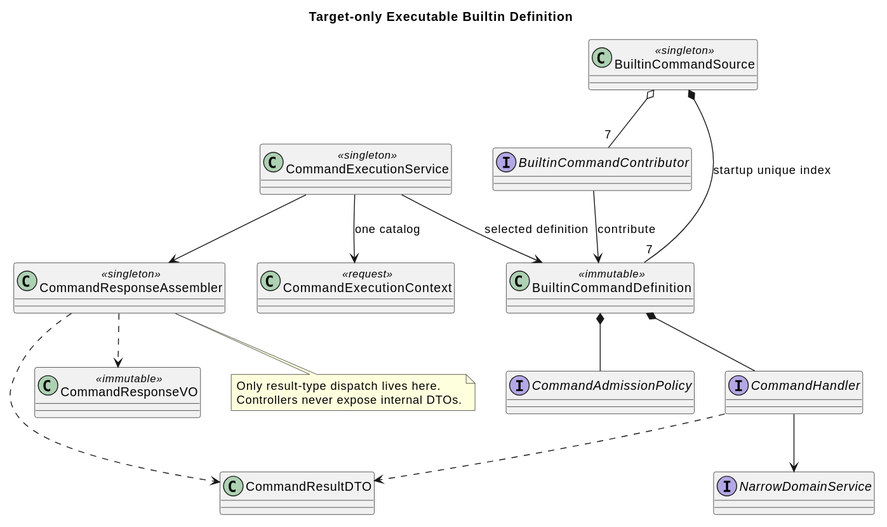
Above: 04-命令与技能/01-内置命令/设计图/target_command_core_classes.svg in ssm0808/pi-mono-java-design (PlantUML), before the change.
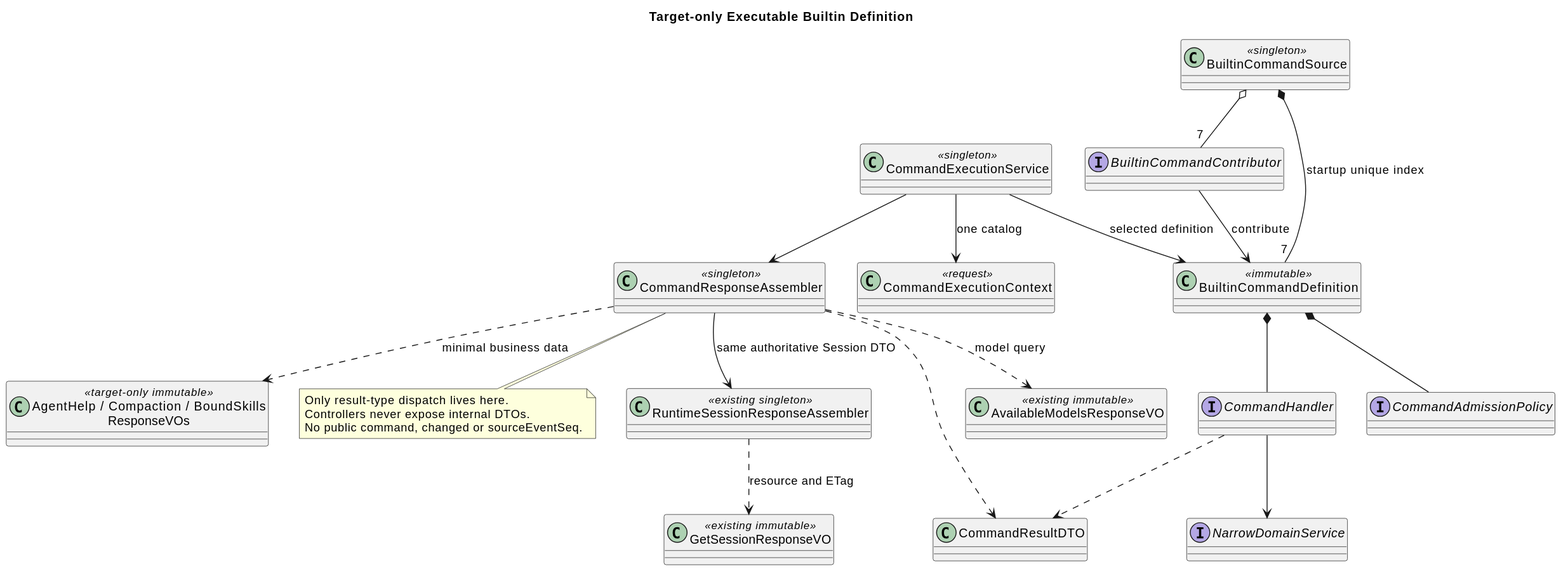
Later version of the same file.

The edit, as a diff of the source:
```diff
@@ -10,7 +10,10 @@
 class CommandExecutionService <<singleton>>
 class CommandResponseAssembler <<singleton>>
 class CommandResultDTO
-class CommandResponseVO <<immutable>>
+class RuntimeSessionResponseAssembler <<existing singleton>>
+class GetSessionResponseVO <<existing immutable>>
+class AvailableModelsResponseVO <<existing immutable>>
+class "AgentHelp / Compaction / BoundSkills\nResponseVOs" as BusinessVOs <<target-only immutable>>
 interface NarrowDomainService
 BuiltinCommandSource o-- "7" BuiltinCommandContributor
 BuiltinCommandContributor --> BuiltinCommandDefinition : contribute
@@ -23,9 +26,13 @@
 CommandHandler ..> CommandResultDTO
 CommandExecutionService --> CommandResponseAssembler
 CommandResponseAssembler ..> CommandResultDTO
-CommandResponseAssembler ..> CommandResponseVO
+CommandResponseAssembler --> RuntimeSessionResponseAssembler : same authoritative Session DTO
+RuntimeSessionResponseAssembler ..> GetSessionResponseVO : resource and ETag
+CommandResponseAssembler ..> AvailableModelsResponseVO : model query
+CommandResponseAssembler ..> BusinessVOs : minimal business data
 note bottom of CommandResponseAssembler
 Only result-type dispatch lives here.
 Controllers never expose internal DTOs.
+No public command, changed or sourceEventSeq.
 end note
 @enduml
```
